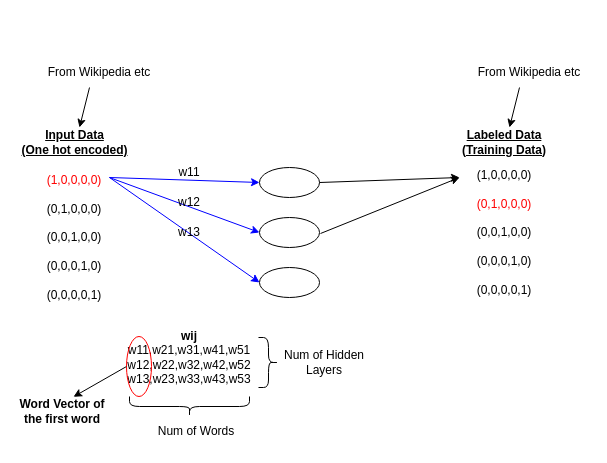
The draw.io diagram MachineLearningOnAWS/Word2vec.drawio in developer-onizuka/Diagrams, before the edit. Source tidied: cells renumbered, new cells numbered last; positions are measured from the earlier drawing's top-left corner, leaving out a move shared by most shapes. Both pictures are drawn from the tidied source at 100%, with x=0, y=0 at pixel (17, 57).
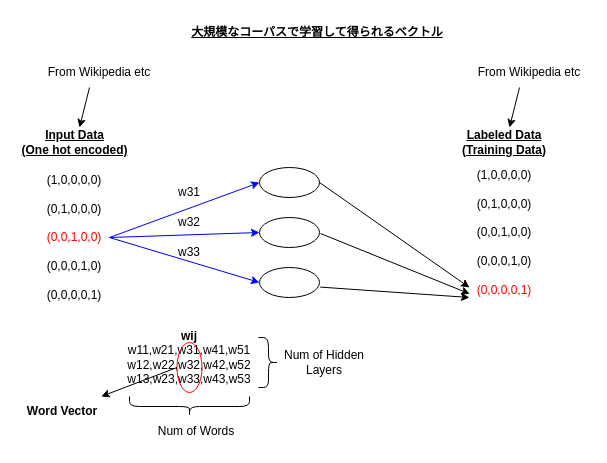
After the change.

The change refers to these unchanged cells:
```xml
<mxCell id="3" style="ellipse;whiteSpace=wrap;html=1;" parent="1" vertex="1">
  <mxGeometry x="242" y="110" width="60" height="30" as="geometry" />
</mxCell>
<mxCell id="4" style="ellipse;whiteSpace=wrap;html=1;" parent="1" vertex="1">
  <mxGeometry x="242" y="160" width="60" height="30" as="geometry" />
</mxCell>
<mxCell id="5" style="ellipse;whiteSpace=wrap;html=1;" parent="1" vertex="1">
  <mxGeometry x="242" y="210" width="60" height="30" as="geometry" />
</mxCell>
```

Change to the diagram source:
```diff
@@
-    <mxCell id="2" value="&lt;font color=&quot;#ff0000&quot;&gt;(1,0,0,0,0)&lt;br&gt;&lt;/font&gt;&lt;br&gt;(0,1,0,0,0)&lt;br&gt;&lt;br&gt;(0,0,1,0,0)&lt;br&gt;&lt;br&gt;(0,0,0,1,0)&lt;br&gt;&lt;br&gt;(0,0,0,0,1)" style="text;html=1;strokeColor=none;fillColor=none;align=center;verticalAlign=middle;whiteSpace=wrap;rounded=0;" parent="1" vertex="1">
+    <mxCell id="2" value="(1,0,0,0,0)&lt;br&gt;&lt;br&gt;(0,1,0,0,0)&lt;br&gt;&lt;br&gt;&lt;font color=&quot;#ff0000&quot;&gt;(0,0,1,0,0)&lt;br&gt;&lt;/font&gt;&lt;br&gt;(0,0,0,1,0)&lt;br&gt;&lt;br&gt;(0,0,0,0,1)" style="text;html=1;strokeColor=none;fillColor=none;align=center;verticalAlign=middle;whiteSpace=wrap;rounded=0;" parent="1" vertex="1">
       <mxGeometry x="22" y="90" width="70" height="180" as="geometry" />
     </mxCell>
@@
-    <mxCell id="6" value="(1,0,0,0,0)&lt;br&gt;&lt;br&gt;&lt;font color=&quot;#ff0000&quot;&gt;(0,1,0,0,0)&lt;br&gt;&lt;/font&gt;&lt;br&gt;(0,0,1,0,0)&lt;br&gt;&lt;br&gt;(0,0,0,1,0)&lt;br&gt;&lt;br&gt;(0,0,0,0,1)" style="text;html=1;strokeColor=none;fillColor=none;align=center;verticalAlign=middle;whiteSpace=wrap;rounded=0;" parent="1" vertex="1">
+    <mxCell id="6" value="(1,0,0,0,0)&lt;br&gt;&lt;br&gt;(0,1,0,0,0)&lt;br&gt;&lt;br&gt;(0,0,1,0,0)&lt;br&gt;&lt;br&gt;(0,0,0,1,0)&lt;br&gt;&lt;br&gt;&lt;font color=&quot;#ff0000&quot;&gt;(0,0,0,0,1)&lt;/font&gt;" style="text;html=1;strokeColor=none;fillColor=none;align=center;verticalAlign=middle;whiteSpace=wrap;rounded=0;" parent="1" vertex="1">
       <mxGeometry x="452" y="85" width="70" height="180" as="geometry" />
     </mxCell>
@@
-    <mxCell id="9" style="endArrow=classic;html=1;rounded=0;entryX=0;entryY=0.5;entryDx=0;entryDy=0;strokeColor=#0000FF;" parent="1" edge="1" target="3">
-      <mxGeometry relative="1" as="geometry">
-        <mxPoint x="92" y="120" as="sourcePoint" />
-      </mxGeometry>
+    <mxCell id="9" style="endArrow=classic;html=1;rounded=0;entryX=0;entryY=0.5;entryDx=0;entryDy=0;strokeColor=#0000FF;exitX=1;exitY=0.5;exitDx=0;exitDy=0;" parent="1" edge="1" source="2" target="3">
+      <mxGeometry relative="1" as="geometry" />
     </mxCell>
-    <mxCell id="10" style="endArrow=classic;html=1;rounded=0;entryX=0;entryY=0.5;entryDx=0;entryDy=0;exitX=1;exitY=0.167;exitDx=0;exitDy=0;exitPerimeter=0;strokeColor=#0000FF;" parent="1" edge="1" source="2" target="4">
+    <mxCell id="10" style="endArrow=classic;html=1;rounded=0;entryX=0;entryY=0.5;entryDx=0;entryDy=0;exitX=1;exitY=0.5;exitDx=0;exitDy=0;strokeColor=#0000FF;" parent="1" edge="1" source="2" target="4">
       <mxGeometry relative="1" as="geometry" />
     </mxCell>
-    <mxCell id="11" style="endArrow=classic;html=1;rounded=0;entryX=0;entryY=0.5;entryDx=0;entryDy=0;strokeColor=#0000FF;" parent="1" edge="1" target="5">
-      <mxGeometry relative="1" as="geometry">
-        <mxPoint x="92" y="120" as="sourcePoint" />
-      </mxGeometry>
+    <mxCell id="11" style="endArrow=classic;html=1;rounded=0;entryX=0;entryY=0.5;entryDx=0;entryDy=0;strokeColor=#0000FF;exitX=1;exitY=0.5;exitDx=0;exitDy=0;" parent="1" edge="1" source="2" target="5">
+      <mxGeometry relative="1" as="geometry" />
     </mxCell>
-    <mxCell id="12" value="w11" style="text;html=1;strokeColor=none;fillColor=none;align=center;verticalAlign=middle;whiteSpace=wrap;rounded=0;" parent="1" vertex="1">
-      <mxGeometry x="142" y="100" width="60" height="30" as="geometry" />
+    <mxCell id="12" value="w31" style="text;html=1;strokeColor=none;fillColor=none;align=center;verticalAlign=middle;whiteSpace=wrap;rounded=0;" parent="1" vertex="1">
+      <mxGeometry x="142" y="120" width="60" height="30" as="geometry" />
     </mxCell>
-    <mxCell id="13" value="w12" style="text;html=1;strokeColor=none;fillColor=none;align=center;verticalAlign=middle;whiteSpace=wrap;rounded=0;" parent="1" vertex="1">
-      <mxGeometry x="142" y="130" width="60" height="30" as="geometry" />
+    <mxCell id="13" value="w32" style="text;html=1;strokeColor=none;fillColor=none;align=center;verticalAlign=middle;whiteSpace=wrap;rounded=0;" parent="1" vertex="1">
+      <mxGeometry x="142" y="150" width="60" height="30" as="geometry" />
     </mxCell>
-    <mxCell id="14" value="w13" style="text;html=1;strokeColor=none;fillColor=none;align=center;verticalAlign=middle;whiteSpace=wrap;rounded=0;" parent="1" vertex="1">
-      <mxGeometry x="142" y="160" width="60" height="30" as="geometry" />
+    <mxCell id="14" value="w33" style="text;html=1;strokeColor=none;fillColor=none;align=center;verticalAlign=middle;whiteSpace=wrap;rounded=0;" parent="1" vertex="1">
+      <mxGeometry x="142" y="180" width="60" height="30" as="geometry" />
     </mxCell>
     <mxCell id="15" style="endArrow=classic;html=1;rounded=0;exitX=1;exitY=0.5;exitDx=0;exitDy=0;" parent="1" edge="1" source="3">
       <mxGeometry relative="1" as="geometry">
-        <mxPoint x="442" y="120" as="targetPoint" />
+        <mxPoint x="452" y="230" as="targetPoint" />
       </mxGeometry>
     </mxCell>
-    <mxCell id="16" style="endArrow=classic;html=1;rounded=0;exitX=1;exitY=0.5;exitDx=0;exitDy=0;" parent="1" edge="1">
+    <mxCell id="16" style="endArrow=classic;html=1;rounded=0;exitX=1;exitY=0.5;exitDx=0;exitDy=0;entryX=0.004;entryY=0.841;entryDx=0;entryDy=0;entryPerimeter=0;" parent="1" edge="1" target="6">
       <mxGeometry relative="1" as="geometry">
         <mxPoint x="303" y="176" as="sourcePoint" />
-        <mxPoint x="442" y="120" as="targetPoint" />
       </mxGeometry>
     </mxCell>
@@
     <mxCell id="21" style="ellipse;whiteSpace=wrap;html=1;fillColor=none;strokeColor=#FF0000;" parent="1" vertex="1">
-      <mxGeometry x="109" y="279" width="25" height="60" as="geometry" />
+      <mxGeometry x="159.5" y="285" width="25" height="50" as="geometry" />
     </mxCell>
-    <mxCell id="22" value="&lt;b&gt;Word Vector of the first word&lt;/b&gt;" style="text;html=1;strokeColor=none;fillColor=none;align=center;verticalAlign=middle;whiteSpace=wrap;rounded=0;" parent="1" vertex="1">
+    <mxCell id="22" value="&lt;b&gt;Word Vector&lt;/b&gt;" style="text;html=1;strokeColor=none;fillColor=none;align=center;verticalAlign=middle;whiteSpace=wrap;rounded=0;" parent="1" vertex="1">
       <mxGeometry x="-0.5" y="339" width="90" height="30" as="geometry" />
     </mxCell>
@@
-    <mxCell id="28" style="endArrow=classic;html=1;rounded=0;entryX=0.628;entryY=0.009;entryDx=0;entryDy=0;entryPerimeter=0;exitX=0;exitY=0.5;exitDx=0;exitDy=0;" parent="1" edge="1" source="21" target="22">
+    <mxCell id="28" style="endArrow=classic;html=1;rounded=0;exitX=0;exitY=0.5;exitDx=0;exitDy=0;" parent="1" edge="1" source="21" target="22">
       <mxGeometry relative="1" as="geometry" />
     </mxCell>
+    <mxCell id="29" style="endArrow=classic;html=1;rounded=0;exitX=1;exitY=0.5;exitDx=0;exitDy=0;" parent="1" edge="1">
+      <mxGeometry relative="1" as="geometry">
+        <mxPoint x="302.7" y="229.6" as="sourcePoint" />
+        <mxPoint x="452" y="240" as="targetPoint" />
+      </mxGeometry>
+    </mxCell>
+    <mxCell id="30" value="&lt;b&gt;&lt;u&gt;大規模なコーパスで学習して得られるベクトル&lt;/u&gt;&lt;/b&gt;" style="text;html=1;strokeColor=none;fillColor=none;align=center;verticalAlign=middle;whiteSpace=wrap;rounded=0;" parent="1" vertex="1">
+      <mxGeometry x="159.5" y="-40" width="280" height="30" as="geometry" />
+    </mxCell>
```
